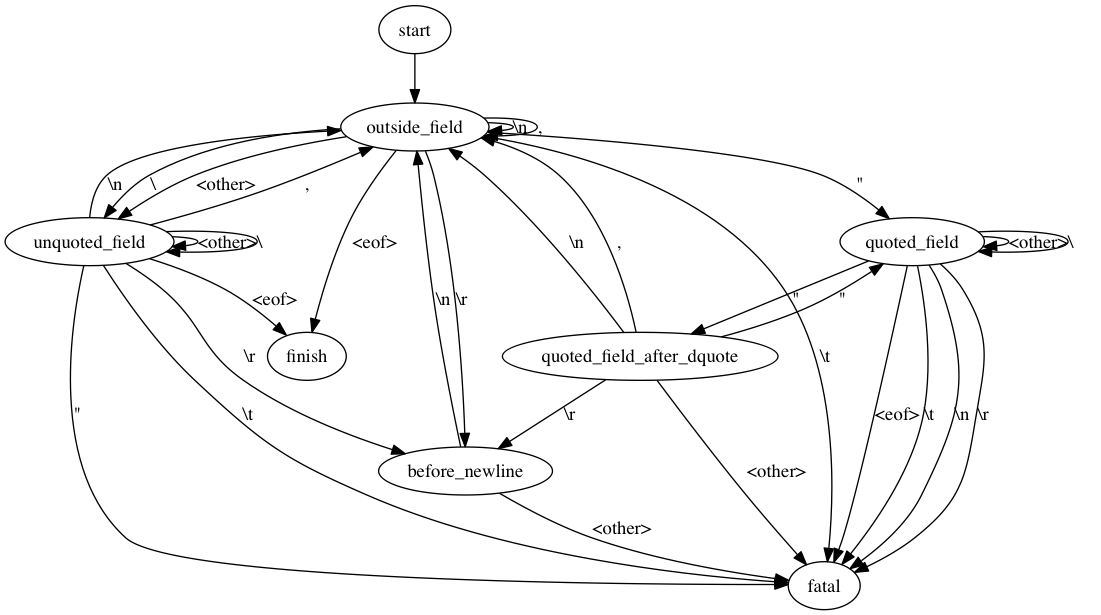
Above: src/csv-to-tsv/state.png in clarkgrubb/data-tools (Graphviz), before the change. Its source is kept beside it as src/csv-to-tsv/state.dot.
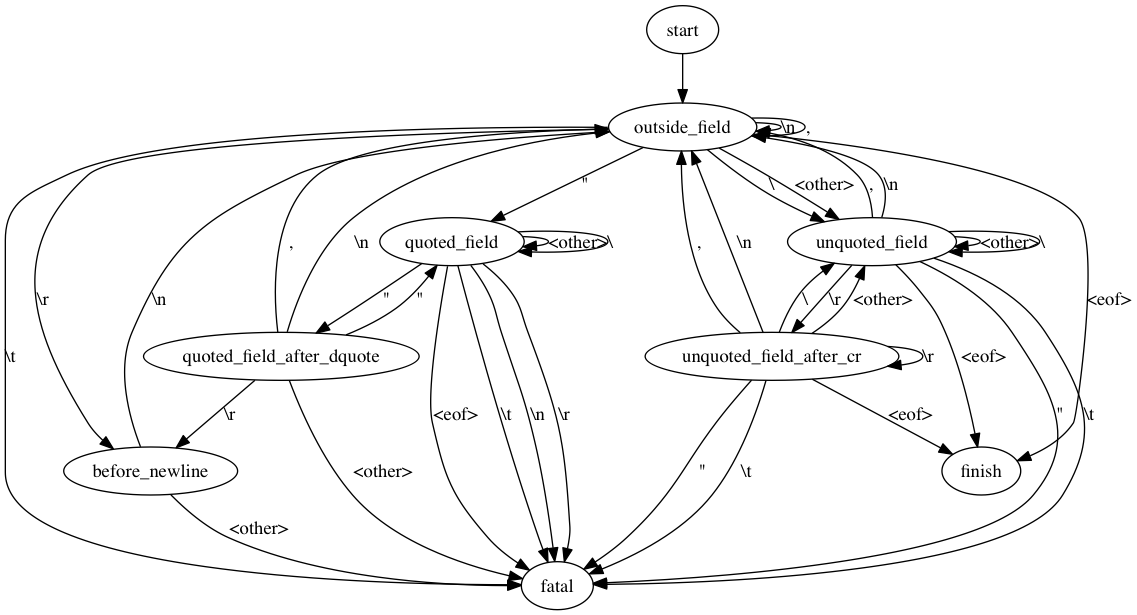
Above is the later version.

Commit message:
csv-to-tsv: unquoted carriage returns

What changed in the source:
```diff
@@ -12,12 +12,21 @@
 
         unquoted_field -> outside_field [label=","];
         unquoted_field -> outside_field [label="\\n"];
-        unquoted_field -> before_newline [label="\\r"];
         unquoted_field -> unquoted_field [label="<other>"];
         unquoted_field -> finish [label="<eof>"];
         unquoted_field -> fatal [label="\""];
         unquoted_field -> unquoted_field [label="\\"];
         unquoted_field -> fatal [label="\\t"];
+        unquoted_field -> unquoted_field_after_cr [label="\\r"];
+
+        unquoted_field_after_cr -> outside_field [label=","];
+        unquoted_field_after_cr -> outside_field [label="\\n"];
+        unquoted_field_after_cr -> unquoted_field [label="<other>"];
+        unquoted_field_after_cr -> finish [label="<eof>"];
+        unquoted_field_after_cr -> fatal [label="\""];
+        unquoted_field_after_cr -> unquoted_field [label="\\"];
+        unquoted_field_after_cr -> fatal [label="\\t"];
+        unquoted_field_after_cr -> unquoted_field_after_cr [label="\\r"];
 
         quoted_field -> quoted_field [label="<other>"];
         quoted_field -> quoted_field_after_dquote [label="\""];
```
